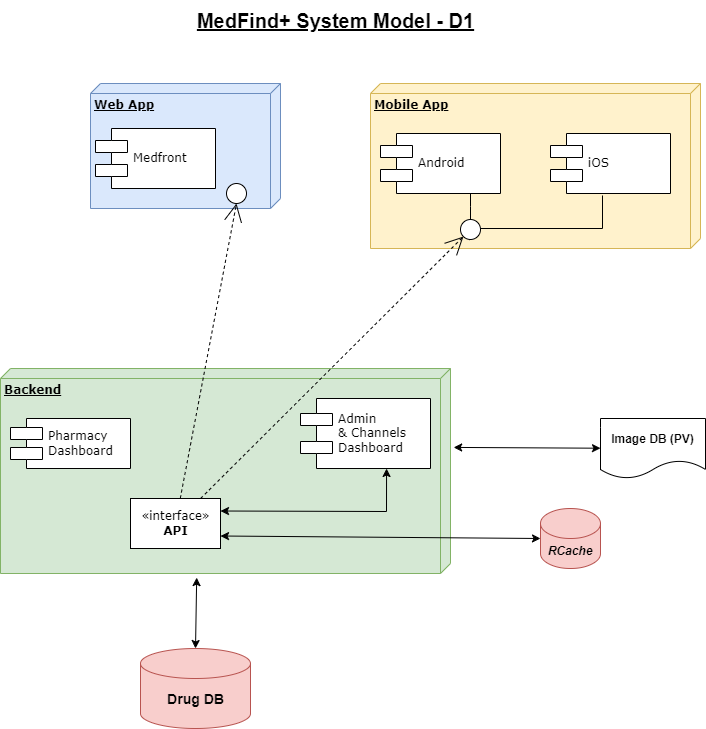
Earlier version of the draw.io export MedFind-D2.drawio.png (cephydex/archdiags). Source tidied: cells renumbered, new cells last; positions are measured from the earlier drawing's top-left corner, leaving out a move shared by most shapes.
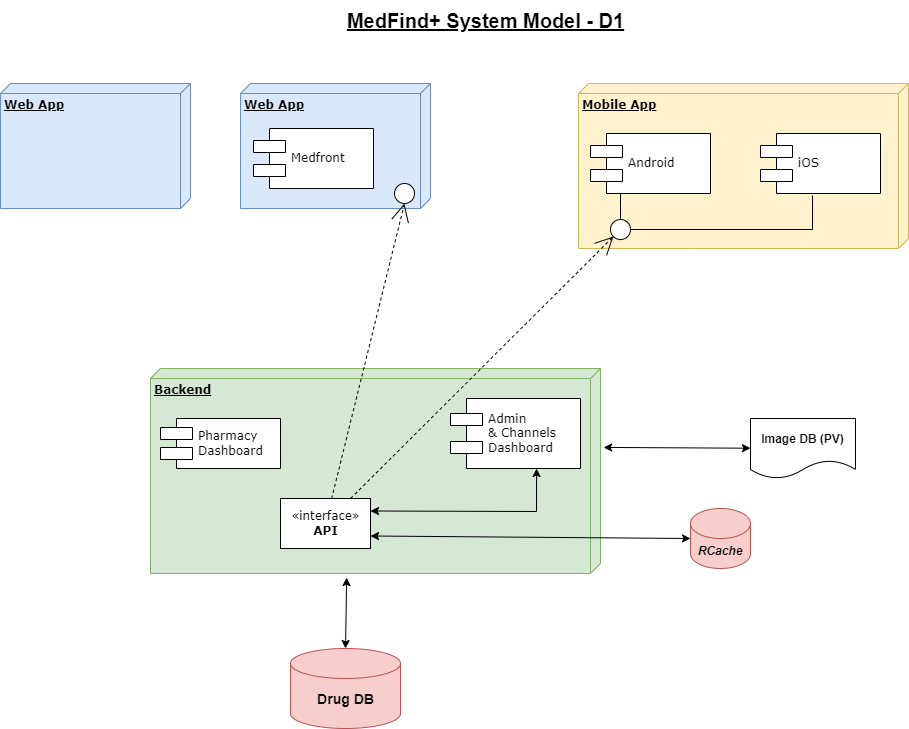
After the change.

Diff of the diagram source:
```diff
@@ -6,19 +6,19 @@
       <mxGeometry x="90" y="83" width="190" height="125" as="geometry" />
     </mxCell>
     <mxCell id="3" value="&lt;b&gt;Mobile App&lt;/b&gt;" style="verticalAlign=top;align=left;spacingTop=8;spacingLeft=2;spacingRight=12;shape=cube;size=10;direction=south;fontStyle=4;html=1;rounded=0;shadow=0;comic=0;labelBackgroundColor=none;strokeWidth=1;fontFamily=Verdana;fontSize=12;fillColor=#fff2cc;strokeColor=#d6b656;" parent="1" vertex="1">
-      <mxGeometry x="370" y="83" width="330" height="165" as="geometry" />
+      <mxGeometry x="428" y="83" width="330" height="165" as="geometry" />
     </mxCell>
     <mxCell id="4" value="&lt;b&gt;Backend&lt;/b&gt;" style="verticalAlign=top;align=left;spacingTop=8;spacingLeft=2;spacingRight=12;shape=cube;size=10;direction=south;fontStyle=4;html=1;rounded=0;shadow=0;comic=0;labelBackgroundColor=none;strokeWidth=1;fontFamily=Verdana;fontSize=12;fillColor=#d5e8d4;strokeColor=#82b366;" parent="1" vertex="1">
       <mxGeometry y="368" width="450" height="205" as="geometry" />
     </mxCell>
     <mxCell id="5" value="Medfront" style="shape=component;align=left;spacingLeft=36;rounded=0;shadow=0;comic=0;labelBackgroundColor=none;strokeWidth=1;fontFamily=Verdana;fontSize=12;html=1;" parent="1" vertex="1">
-      <mxGeometry x="95" y="128" width="120" height="60" as="geometry" />
+      <mxGeometry x="103" y="128" width="120" height="60" as="geometry" />
     </mxCell>
     <mxCell id="6" style="ellipse;whiteSpace=wrap;html=1;rounded=0;shadow=0;comic=0;labelBackgroundColor=none;strokeWidth=1;fontFamily=Verdana;fontSize=12;align=center;" parent="1" vertex="1">
-      <mxGeometry x="226" y="183" width="20" height="20" as="geometry" />
+      <mxGeometry x="244" y="183" width="20" height="20" as="geometry" />
     </mxCell>
     <mxCell id="7" value="Android" style="shape=component;align=left;spacingLeft=36;rounded=0;shadow=0;comic=0;labelBackgroundColor=none;strokeWidth=1;fontFamily=Verdana;fontSize=12;html=1;" parent="1" vertex="1">
-      <mxGeometry x="380" y="133" width="120" height="60" as="geometry" />
+      <mxGeometry x="440" y="133" width="120" height="60" as="geometry" />
     </mxCell>
     <mxCell id="8" value="Admin&lt;br&gt;&amp;amp; Channels &lt;br&gt;Dashboard" style="shape=component;align=left;spacingLeft=36;rounded=0;shadow=0;comic=0;labelBackgroundColor=none;strokeWidth=1;fontFamily=Verdana;fontSize=12;html=1;" parent="1" vertex="1">
       <mxGeometry x="300" y="398" width="130" height="70" as="geometry" />
@@ -33,13 +33,13 @@
       <mxGeometry relative="1" as="geometry" />
     </mxCell>
     <mxCell id="12" value="iOS" style="shape=component;align=left;spacingLeft=36;rounded=0;shadow=0;comic=0;labelBackgroundColor=none;strokeWidth=1;fontFamily=Verdana;fontSize=12;html=1;" parent="1" vertex="1">
-      <mxGeometry x="550" y="133" width="120" height="60" as="geometry" />
+      <mxGeometry x="610" y="133" width="120" height="60" as="geometry" />
     </mxCell>
-    <mxCell id="13" style="edgeStyle=elbowEdgeStyle;rounded=0;html=1;labelBackgroundColor=none;startArrow=none;startFill=0;startSize=8;endArrow=none;endFill=0;endSize=16;fontFamily=Verdana;fontSize=12;entryX=0.433;entryY=1.033;entryDx=0;entryDy=0;entryPerimeter=0;" parent="1" edge="1" source="18" target="12">
+    <mxCell id="13" style="edgeStyle=elbowEdgeStyle;rounded=0;html=1;labelBackgroundColor=none;startArrow=none;startFill=0;startSize=8;endArrow=none;endFill=0;endSize=16;fontFamily=Verdana;fontSize=12;entryX=0.433;entryY=1.033;entryDx=0;entryDy=0;entryPerimeter=0;exitX=1;exitY=0.5;exitDx=0;exitDy=0;" parent="1" edge="1" source="18" target="12">
       <mxGeometry relative="1" as="geometry">
         <Array as="points">
-          <mxPoint x="602" y="228" />
-          <mxPoint x="602" y="218" />
+          <mxPoint x="662" y="228" />
+          <mxPoint x="662" y="218" />
         </Array>
       </mxGeometry>
     </mxCell>
@@ -91,5 +91,8 @@
     <mxCell id="27" style="endArrow=classic;startArrow=classic;html=1;rounded=0;entryX=0.385;entryY=-0.007;entryDx=0;entryDy=0;entryPerimeter=0;" parent="1" edge="1" source="23" target="4">
       <mxGeometry relative="1" as="geometry" />
     </mxCell>
+    <mxCell id="28" value="&lt;b&gt;Web App&lt;/b&gt;" style="verticalAlign=top;align=left;spacingTop=8;spacingLeft=2;spacingRight=12;shape=cube;size=10;direction=south;fontStyle=4;html=1;rounded=0;shadow=0;comic=0;labelBackgroundColor=none;strokeWidth=1;fontFamily=Verdana;fontSize=12;fillColor=#dae8fc;strokeColor=#6c8ebf;" parent="1" vertex="1">
+      <mxGeometry x="-150" y="83" width="190" height="125" as="geometry" />
+    </mxCell>
   </root>
 </mxGraphModel>
```
